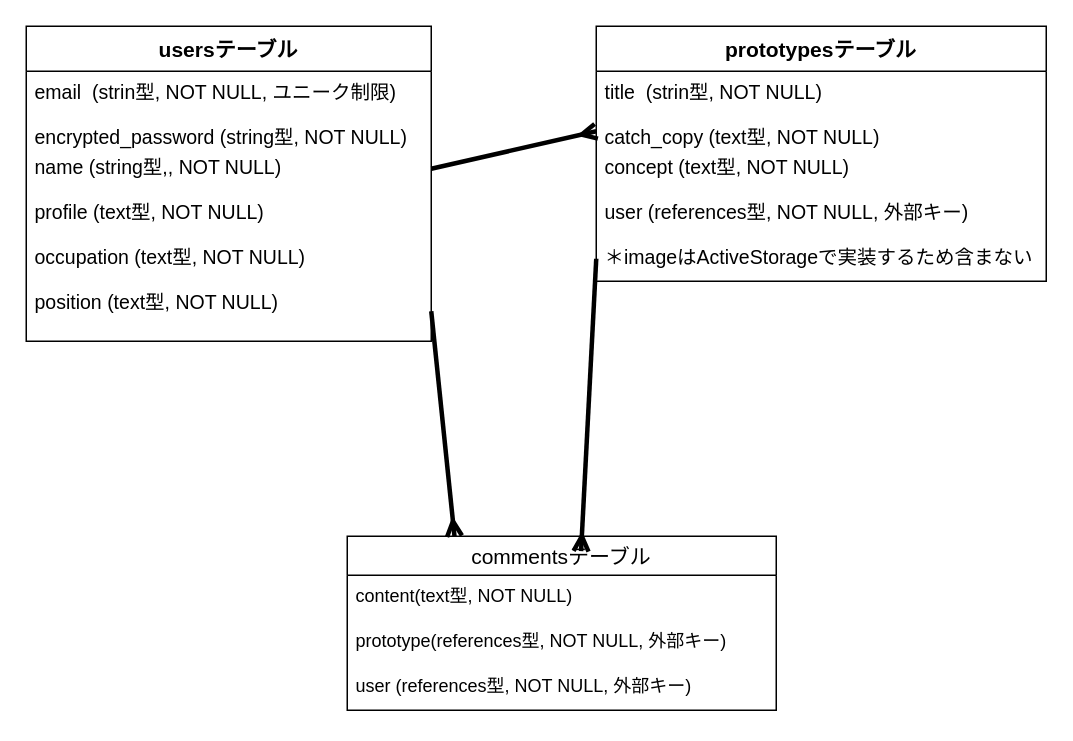
This is protospace.dio from tiger-horse/protospace-39157, a draw.io file, before an edit. Source tidied: cells renumbered, new cells numbered last; positions are measured from the earlier drawing's top-left corner, leaving out a move shared by most shapes. Both pictures are drawn from the tidied source at 150%, with x=0, y=0 at pixel (26, 26).
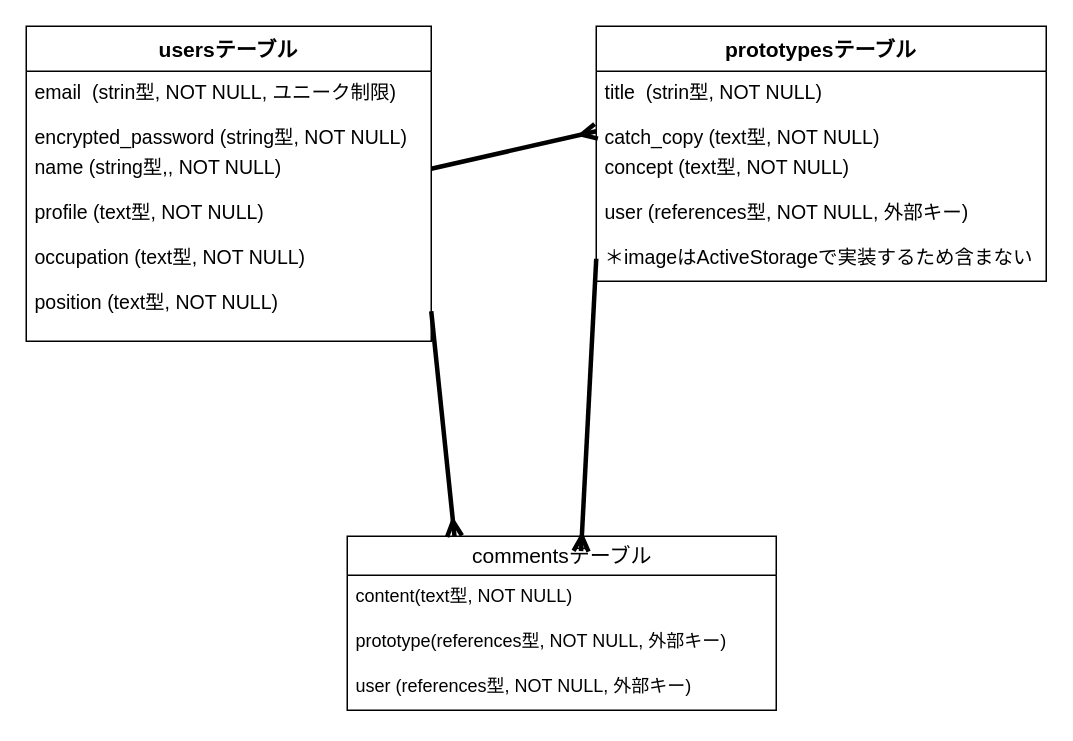
The same page after the edit.

Diff of the diagram source:
```diff
@@
-    <mxCell id="16" value="commentsテーブル" style="swimlane;fontStyle=0;horizontal=1;startSize=26;align=center;fontSize=14;" parent="1" vertex="1">
+    <mxCell id="16" value="commentsテーブル" style="swimlane;fontStyle=0;horizontal=1;startSize=26;align=center;fontSize=14;html=1;" parent="1" vertex="1">
       <mxGeometry x="214" y="340" width="286" height="116" as="geometry" />
     </mxCell>
```
